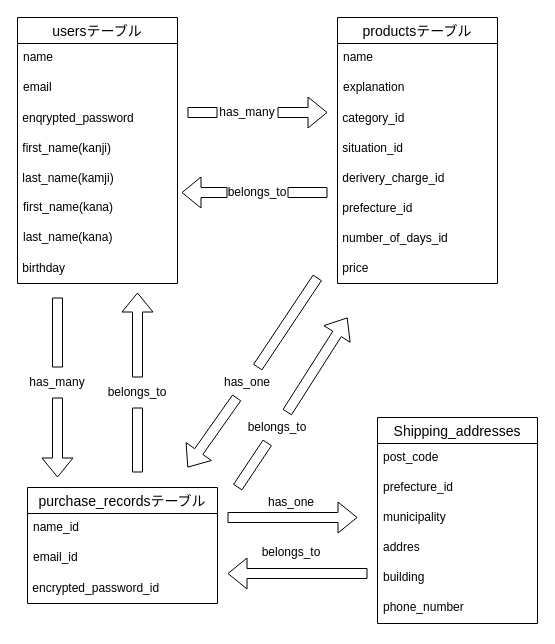
Before: page "ページ1" (1 of 2) of er図.dio in snsk1997/furima-38458, a draw.io diagram. Source tidied: cells renumbered, new cells numbered last; positions are measured from the earlier drawing's top-left corner, leaving out a move shared by most shapes. Both pictures are drawn from the tidied source at 100%, with x=0, y=0 at pixel (17, 17).
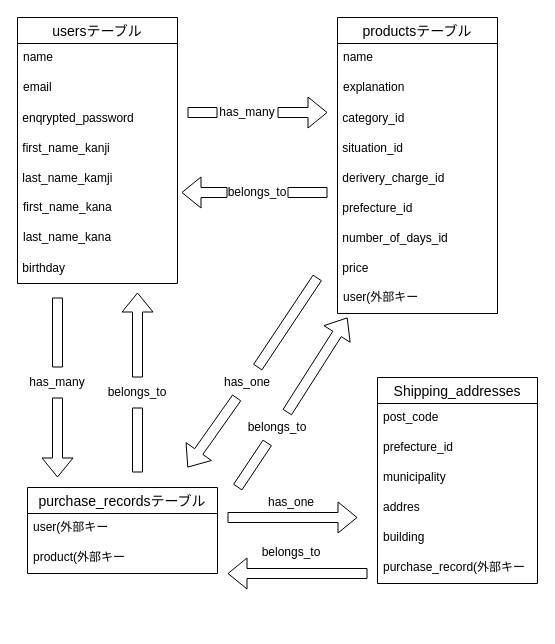
After the change.

Commit message (it also covers changes not shown here):
ER図, README.mdファイル修正#4

Unchanged cells that the change refers to:
```xml
<mxCell id="2" value="usersテーブル" style="swimlane;fontStyle=0;horizontal=1;startSize=26;align=center;fontSize=14;" parent="1" vertex="1">
  <mxGeometry width="160" height="266" as="geometry" />
</mxCell>
```

Change to the diagram source:
```diff
@@
-    <mxCell id="6" value="&amp;nbsp;first_name(kanji)" style="text;html=1;strokeColor=none;fillColor=none;align=left;verticalAlign=middle;whiteSpace=wrap;rounded=0;" parent="2" vertex="1">
+    <mxCell id="6" value="&amp;nbsp;first_name_kanji" style="text;html=1;strokeColor=none;fillColor=none;align=left;verticalAlign=middle;whiteSpace=wrap;rounded=0;" parent="2" vertex="1">
       <mxGeometry y="116" width="160" height="30" as="geometry" />
     </mxCell>
-    <mxCell id="7" value="&amp;nbsp;last_name(kamji)" style="text;html=1;strokeColor=none;fillColor=none;align=left;verticalAlign=middle;whiteSpace=wrap;rounded=0;" parent="2" vertex="1">
+    <mxCell id="7" value="&amp;nbsp;last_name_kamji" style="text;html=1;strokeColor=none;fillColor=none;align=left;verticalAlign=middle;whiteSpace=wrap;rounded=0;" parent="2" vertex="1">
       <mxGeometry y="146" width="160" height="30" as="geometry" />
     </mxCell>
-    <mxCell id="8" value="first_name(kana)" style="text;strokeColor=none;fillColor=none;spacingLeft=4;spacingRight=4;overflow=hidden;fontSize=12;" parent="2" vertex="1">
+    <mxCell id="8" value="first_name_kana" style="text;strokeColor=none;fillColor=none;spacingLeft=4;spacingRight=4;overflow=hidden;fontSize=12;" parent="2" vertex="1">
       <mxGeometry y="176" width="160" height="30" as="geometry" />
     </mxCell>
-    <mxCell id="9" value="last_name(kana)" style="text;strokeColor=none;fillColor=none;spacingLeft=4;spacingRight=4;overflow=hidden;fontSize=12;" parent="2" vertex="1">
+    <mxCell id="9" value="last_name_kana" style="text;strokeColor=none;fillColor=none;spacingLeft=4;spacingRight=4;overflow=hidden;fontSize=12;" parent="2" vertex="1">
       <mxGeometry y="206" width="160" height="30" as="geometry" />
     </mxCell>
@@
     <mxCell id="11" value="productsテーブル" style="swimlane;fontStyle=0;horizontal=1;startSize=26;align=center;fontSize=14;" parent="1" vertex="1">
-      <mxGeometry x="320" width="160" height="266" as="geometry" />
+      <mxGeometry x="320" width="160" height="296" as="geometry" />
     </mxCell>
@@
+    <mxCell id="53" value="user(外部キー" style="text;strokeColor=none;fillColor=none;spacingLeft=4;spacingRight=4;overflow=hidden;fontSize=12;" parent="11" vertex="1">
+      <mxGeometry y="266" width="160" height="30" as="geometry" />
+    </mxCell>
     <mxCell id="20" value="purchase_recordsテーブル" style="swimlane;fontStyle=0;horizontal=1;startSize=26;align=center;fontSize=14;" parent="1" vertex="1">
-      <mxGeometry x="10" y="470" width="190" height="116" as="geometry" />
+      <mxGeometry x="10" y="470" width="190" height="86" as="geometry" />
     </mxCell>
-    <mxCell id="21" value="name_id" style="text;strokeColor=none;fillColor=none;spacingLeft=4;spacingRight=4;overflow=hidden;fontSize=12;" parent="20" vertex="1">
+    <mxCell id="21" value="user(外部キー" style="text;strokeColor=none;fillColor=none;spacingLeft=4;spacingRight=4;overflow=hidden;fontSize=12;" parent="20" vertex="1">
       <mxGeometry y="26" width="190" height="30" as="geometry" />
     </mxCell>
-    <mxCell id="22" value="email_id" style="text;strokeColor=none;fillColor=none;spacingLeft=4;spacingRight=4;overflow=hidden;fontSize=12;" parent="20" vertex="1">
+    <mxCell id="22" value="product(外部キー" style="text;strokeColor=none;fillColor=none;spacingLeft=4;spacingRight=4;overflow=hidden;fontSize=12;" parent="20" vertex="1">
       <mxGeometry y="56" width="190" height="30" as="geometry" />
     </mxCell>
-    <mxCell id="23" value="&amp;nbsp;encrypted_password_id" style="text;html=1;strokeColor=none;fillColor=none;align=left;verticalAlign=middle;whiteSpace=wrap;rounded=0;" parent="20" vertex="1">
-      <mxGeometry y="86" width="190" height="30" as="geometry" />
-    </mxCell>
     <mxCell id="24" value="Shipping_addresses" style="swimlane;fontStyle=0;horizontal=1;startSize=26;align=center;fontSize=14;" parent="1" vertex="1">
-      <mxGeometry x="360" y="400" width="160" height="206" as="geometry" />
+      <mxGeometry x="360" y="360" width="160" height="206" as="geometry" />
     </mxCell>
@@
-    <mxCell id="30" value="phone_number" style="text;strokeColor=none;fillColor=none;spacingLeft=4;spacingRight=4;overflow=hidden;fontSize=12;" parent="24" vertex="1">
+    <mxCell id="30" value="purchase_record(外部キー" style="text;strokeColor=none;fillColor=none;spacingLeft=4;spacingRight=4;overflow=hidden;fontSize=12;" parent="24" vertex="1">
       <mxGeometry y="176" width="160" height="30" as="geometry" />
     </mxCell>
```
